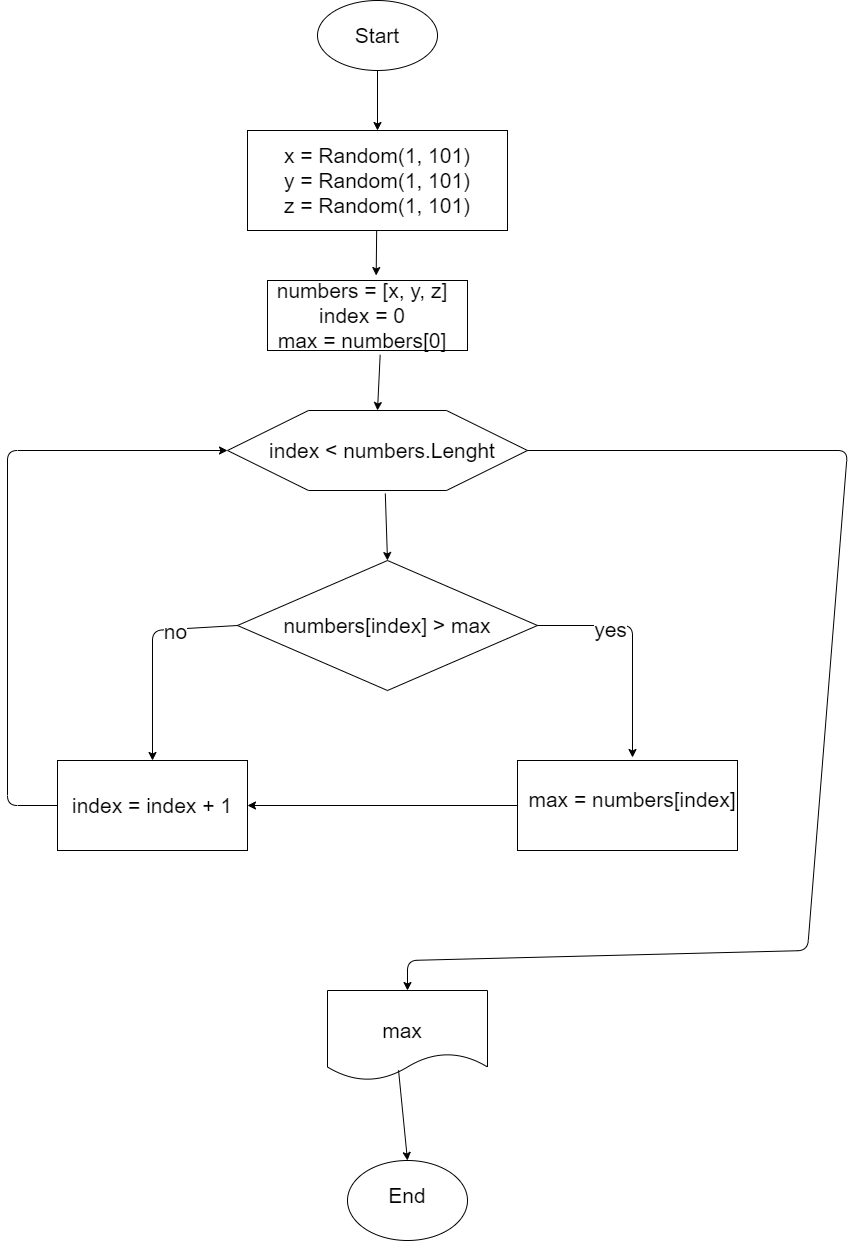
valentina-bartko/HomeworkC0807 keeps this draw.io diagram as ex002/ex002.drawio.png. Above is the earlier version. Source tidied: cells renumbered, new cells last; positions are measured from the earlier drawing's top-left corner, leaving out a move shared by most shapes.
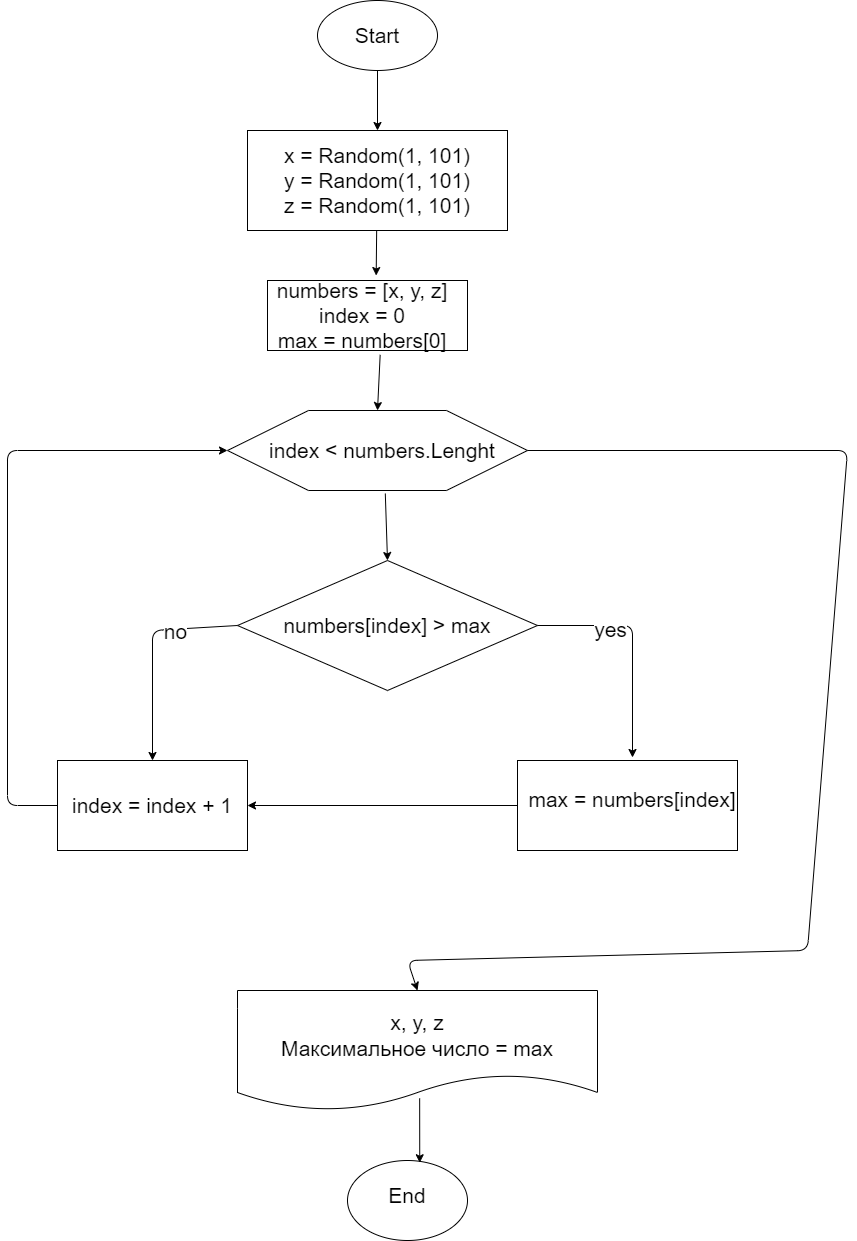
After the change.

Commit message:
Solved the second problem

Change to the diagram source:
```diff
@@ -86,11 +86,8 @@
       </mxGeometry>
     </mxCell>
     <mxCell id="24" style="shape=document;whiteSpace=wrap;html=1;boundedLbl=1;fontSize=21;" parent="1" vertex="1">
-      <mxGeometry x="320" y="990" width="160" height="90" as="geometry" />
+      <mxGeometry x="230" y="990" width="360" height="120" as="geometry" />
     </mxCell>
-    <mxCell id="25" value="max" style="text;html=1;strokeColor=none;fillColor=none;align=center;verticalAlign=middle;whiteSpace=wrap;rounded=0;fontSize=21;" parent="1" vertex="1">
-      <mxGeometry x="330" y="1000" width="130" height="60" as="geometry" />
-    </mxCell>
     <mxCell id="26" style="endArrow=classic;html=1;fontSize=21;exitX=1;exitY=0.5;exitDx=0;exitDy=0;entryX=0.5;entryY=0;entryDx=0;entryDy=0;" parent="1" edge="1" source="8" target="24">
       <mxGeometry relative="1" as="geometry">
         <Array as="points">
@@ -106,11 +103,14 @@
     <mxCell id="28" value="End" style="text;html=1;strokeColor=none;fillColor=none;align=center;verticalAlign=middle;whiteSpace=wrap;rounded=0;fontSize=21;" parent="1" vertex="1">
       <mxGeometry x="360" y="1170" width="80" height="50" as="geometry" />
     </mxCell>
+    <mxCell id="30" value="x = Random(1, 101)&lt;br&gt;y = Random(1, 101)&lt;br&gt;z = Random(1, 101)" style="rounded=0;whiteSpace=wrap;html=1;fontSize=21;" parent="1" vertex="1">
+      <mxGeometry x="240" y="130" width="260" height="100" as="geometry" />
+    </mxCell>
+    <mxCell id="31" value="x, y, z&lt;br&gt;Максимальное число = max" style="text;html=1;strokeColor=none;fillColor=none;align=center;verticalAlign=middle;whiteSpace=wrap;rounded=0;fontSize=21;" parent="1" vertex="1">
+      <mxGeometry x="240" y="1000" width="340" height="70" as="geometry" />
+    </mxCell>
-    <mxCell id="29" style="endArrow=classic;html=1;fontSize=21;exitX=0.444;exitY=0.886;exitDx=0;exitDy=0;exitPerimeter=0;entryX=0.5;entryY=0;entryDx=0;entryDy=0;" parent="1" edge="1" source="24" target="27">
+    <mxCell id="29" style="endArrow=classic;html=1;fontSize=21;exitX=0.506;exitY=0.898;exitDx=0;exitDy=0;exitPerimeter=0;entryX=0.602;entryY=0.028;entryDx=0;entryDy=0;entryPerimeter=0;" parent="1" edge="1" source="24" target="27">
       <mxGeometry relative="1" as="geometry" />
     </mxCell>
-    <mxCell id="30" value="x = Random(1, 101)&lt;br&gt;y = Random(1, 101)&lt;br&gt;z = Random(1, 101)" style="rounded=0;whiteSpace=wrap;html=1;fontSize=21;" parent="1" vertex="1">
-      <mxGeometry x="240" y="130" width="260" height="100" as="geometry" />
-    </mxCell>
   </root>
 </mxGraphModel>
```
